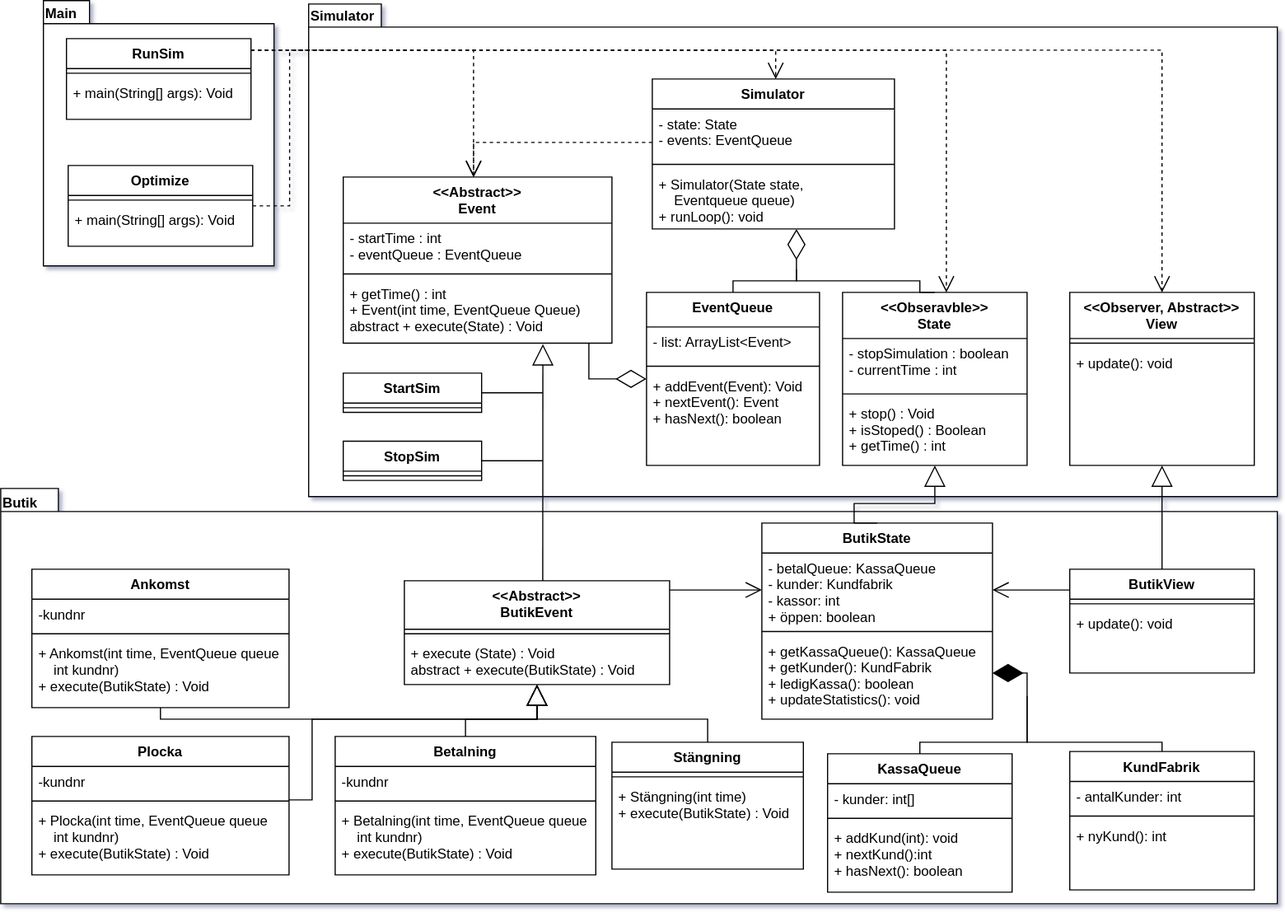
The draw.io diagram docs/uml.drawio.svg in Spooky-Firefox/labb_6, before a commit. Source tidied: cells renumbered, new cells last; positions are measured from the earlier drawing's top-left corner, leaving out a move shared by most shapes.
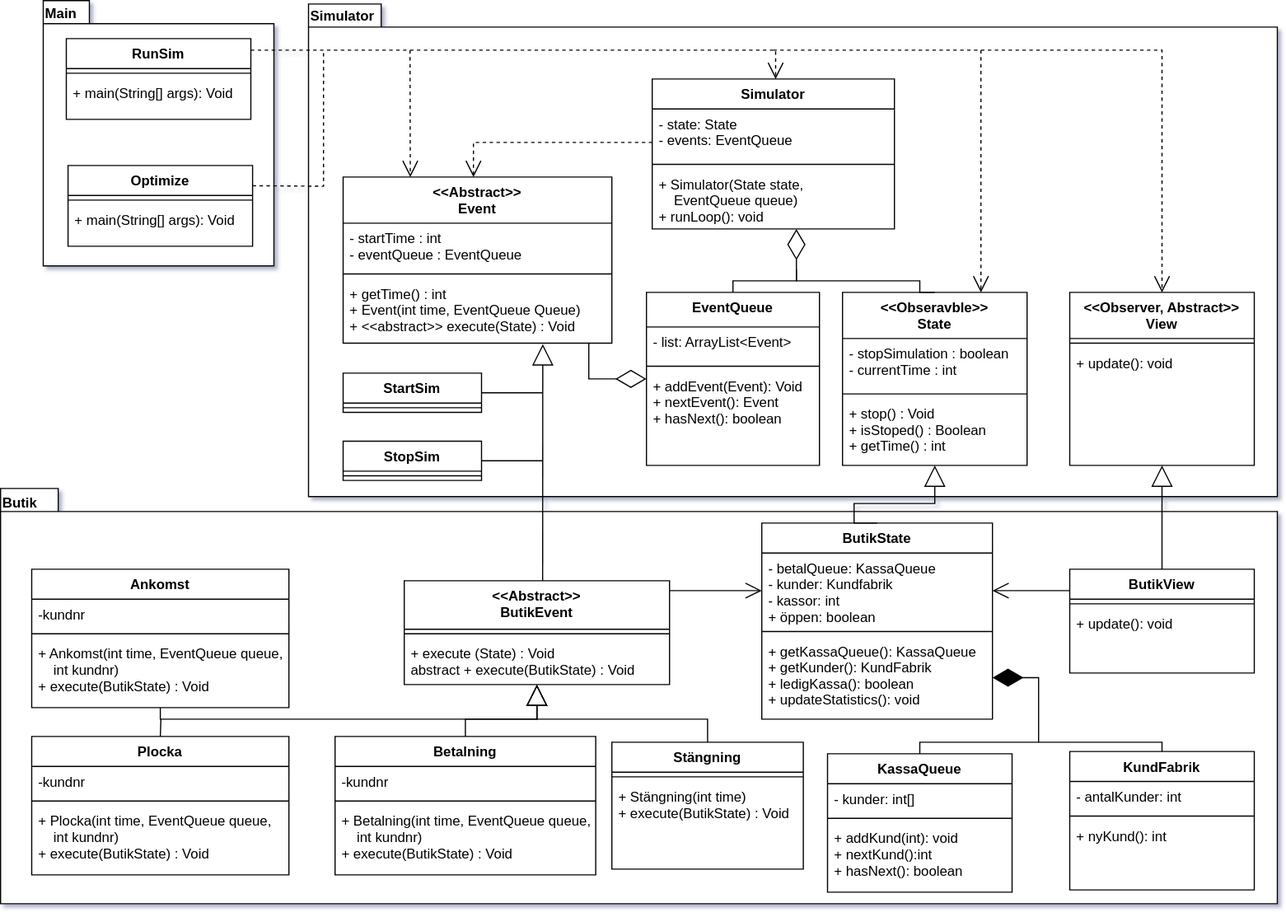
Above is the later version.

Commit message:
Uppdaterade uml

Change to the diagram source:
```diff
@@ -20,7 +20,7 @@
     <mxCell id="7" style="line;strokeWidth=1;fillColor=none;align=left;verticalAlign=middle;spacingTop=-1;spacingLeft=3;spacingRight=3;labelPosition=right;strokeColor=inherit;" parent="5" vertex="1">
       <mxGeometry y="70" width="210" height="8" as="geometry" />
     </mxCell>
-    <mxCell id="8" value="+ Simulator(State state, &#10;    Eventqueue queue)&#10;+ runLoop(): void" style="text;strokeColor=none;fillColor=none;align=left;verticalAlign=top;spacingLeft=4;spacingRight=4;overflow=hidden;points=[[0,0.5],[1,0.5]];portConstraint=eastwest;" parent="5" vertex="1">
+    <mxCell id="8" value="+ Simulator(State state, &#10;    EventQueue queue)&#10;+ runLoop(): void" style="text;strokeColor=none;fillColor=none;align=left;verticalAlign=top;spacingLeft=4;spacingRight=4;overflow=hidden;points=[[0,0.5],[1,0.5]];portConstraint=eastwest;" parent="5" vertex="1">
       <mxGeometry y="78" width="210" height="52" as="geometry" />
     </mxCell>
     <mxCell id="9" value="EventQueue" style="swimlane;fontStyle=1;align=center;verticalAlign=top;horizontal=1;startSize=30;" parent="1" vertex="1">
@@ -44,7 +44,7 @@
     <mxCell id="15" style="line;strokeWidth=1;fillColor=none;align=left;verticalAlign=middle;spacingTop=-1;spacingLeft=3;spacingRight=3;labelPosition=right;strokeColor=inherit;" parent="13" vertex="1">
       <mxGeometry y="80" width="233" height="8" as="geometry" />
     </mxCell>
-    <mxCell id="16" value="+ getTime() : int&#10;+ Event(int time, EventQueue Queue)&#10;abstract + execute(State) : Void" style="text;strokeColor=none;fillColor=none;align=left;verticalAlign=top;spacingLeft=4;spacingRight=4;overflow=hidden;points=[[0,0.5],[1,0.5]];portConstraint=eastwest;" parent="13" vertex="1">
+    <mxCell id="16" value="+ getTime() : int&#10;+ Event(int time, EventQueue Queue)&#10;+ &lt;&lt;abstract&gt;&gt; execute(State) : Void" style="text;strokeColor=none;fillColor=none;align=left;verticalAlign=top;spacingLeft=4;spacingRight=4;overflow=hidden;points=[[0,0.5],[1,0.5]];portConstraint=eastwest;" parent="13" vertex="1">
       <mxGeometry y="88" width="233" height="56" as="geometry" />
     </mxCell>
     <mxCell id="17" style="endArrow=diamondThin;endFill=0;endSize=24;html=1;rounded=0;edgeStyle=orthogonalEdgeStyle;" parent="1" edge="1" source="13" target="9">
@@ -181,15 +181,6 @@
     <mxCell id="54" value="Optimize" style="swimlane;fontStyle=1;align=center;verticalAlign=top;horizontal=1;startSize=26;" parent="1" vertex="1">
       <mxGeometry x="58.5" y="143" width="160" height="70" as="geometry" />
     </mxCell>
-    <mxCell id="55" style="endArrow=none;dashed=1;html=1;rounded=0;edgeStyle=orthogonalEdgeStyle;" parent="54" edge="1" source="54">
-      <mxGeometry relative="1" as="geometry">
-        <mxPoint x="231.5" y="-100" as="targetPoint" />
-        <Array as="points">
-          <mxPoint x="192" y="35" />
-          <mxPoint x="192" y="-100" />
-        </Array>
-      </mxGeometry>
-    </mxCell>
     <mxCell id="56" style="line;strokeWidth=1;fillColor=none;align=left;verticalAlign=middle;spacingTop=-1;spacingLeft=3;spacingRight=3;labelPosition=right;strokeColor=inherit;" parent="54" vertex="1">
       <mxGeometry y="26" width="160" height="8" as="geometry" />
     </mxCell>
@@ -222,18 +213,9 @@
     <mxCell id="64" style="line;strokeWidth=1;fillColor=none;align=left;verticalAlign=middle;spacingTop=-1;spacingLeft=3;spacingRight=3;labelPosition=right;strokeColor=inherit;" parent="62" vertex="1">
       <mxGeometry y="52" width="223" height="8" as="geometry" />
     </mxCell>
-    <mxCell id="65" value="+ Ankomst(int time, EventQueue queue&#10;    int kundnr)&#10;+ execute(ButikState) : Void" style="text;strokeColor=none;fillColor=none;align=left;verticalAlign=top;spacingLeft=4;spacingRight=4;overflow=hidden;" parent="62" vertex="1">
+    <mxCell id="65" value="+ Ankomst(int time, EventQueue queue,&#10;    int kundnr)&#10;+ execute(ButikState) : Void" style="text;strokeColor=none;fillColor=none;align=left;verticalAlign=top;spacingLeft=4;spacingRight=4;overflow=hidden;" parent="62" vertex="1">
       <mxGeometry y="60" width="223" height="60" as="geometry" />
     </mxCell>
-    <mxCell id="66" style="endArrow=none;html=1;rounded=0;exitX=0.5;exitY=0;exitDx=0;exitDy=0;edgeStyle=orthogonalEdgeStyle;" parent="1" edge="1" source="33">
-      <mxGeometry relative="1" as="geometry">
-        <mxPoint x="890" y="603" as="targetPoint" />
-        <Array as="points">
-          <mxPoint x="797" y="643" />
-          <mxPoint x="890" y="643" />
-        </Array>
-      </mxGeometry>
-    </mxCell>
     <mxCell id="67" value="Plocka" style="swimlane;fontStyle=1;align=center;verticalAlign=top;horizontal=1;startSize=26;" parent="1" vertex="1">
       <mxGeometry x="27" y="638" width="223" height="120" as="geometry" />
     </mxCell>
@@ -243,7 +225,7 @@
     <mxCell id="69" style="line;strokeWidth=1;fillColor=none;align=left;verticalAlign=middle;spacingTop=-1;spacingLeft=3;spacingRight=3;labelPosition=right;strokeColor=inherit;" parent="67" vertex="1">
       <mxGeometry y="52" width="223" height="8" as="geometry" />
     </mxCell>
-    <mxCell id="70" value="+ Plocka(int time, EventQueue queue&#10;    int kundnr)&#10;+ execute(ButikState) : Void" style="text;strokeColor=none;fillColor=none;align=left;verticalAlign=top;spacingLeft=4;spacingRight=4;overflow=hidden;" parent="67" vertex="1">
+    <mxCell id="70" value="+ Plocka(int time, EventQueue queue,&#10;    int kundnr)&#10;+ execute(ButikState) : Void" style="text;strokeColor=none;fillColor=none;align=left;verticalAlign=top;spacingLeft=4;spacingRight=4;overflow=hidden;" parent="67" vertex="1">
       <mxGeometry y="60" width="223" height="60" as="geometry" />
     </mxCell>
     <mxCell id="71" value="Betalning" style="swimlane;fontStyle=1;align=center;verticalAlign=top;horizontal=1;startSize=26;" parent="1" vertex="1">
@@ -255,7 +237,7 @@
     <mxCell id="73" style="line;strokeWidth=1;fillColor=none;align=left;verticalAlign=middle;spacingTop=-1;spacingLeft=3;spacingRight=3;labelPosition=right;strokeColor=inherit;" parent="71" vertex="1">
       <mxGeometry y="52" width="226" height="8" as="geometry" />
     </mxCell>
-    <mxCell id="74" value="+ Betalning(int time, EventQueue queue&#10;    int kundnr)&#10;+ execute(ButikState) : Void" style="text;strokeColor=none;fillColor=none;align=left;verticalAlign=top;spacingLeft=4;spacingRight=4;overflow=hidden;" parent="71" vertex="1">
+    <mxCell id="74" value="+ Betalning(int time, EventQueue queue,&#10;    int kundnr)&#10;+ execute(ButikState) : Void" style="text;strokeColor=none;fillColor=none;align=left;verticalAlign=top;spacingLeft=4;spacingRight=4;overflow=hidden;" parent="71" vertex="1">
       <mxGeometry y="60" width="226" height="60" as="geometry" />
     </mxCell>
     <mxCell id="75" value="Stängning" style="swimlane;fontStyle=1;align=center;verticalAlign=top;horizontal=1;startSize=26;" parent="1" vertex="1">
@@ -292,15 +274,6 @@
         </Array>
       </mxGeometry>
     </mxCell>
-    <mxCell id="82" style="endArrow=block;endSize=16;endFill=0;html=1;rounded=0;elbow=vertical;edgeStyle=orthogonalEdgeStyle;" parent="1" edge="1" source="67" target="59">
-      <mxGeometry relative="1" as="geometry">
-        <Array as="points">
-          <mxPoint x="270" y="693" />
-          <mxPoint x="270" y="623" />
-          <mxPoint x="465" y="623" />
-        </Array>
-      </mxGeometry>
-    </mxCell>
     <mxCell id="83" style="endArrow=block;endSize=16;endFill=0;html=1;rounded=0;edgeStyle=orthogonalEdgeStyle;" parent="1" edge="1" source="71" target="59">
       <mxGeometry relative="1" as="geometry">
         <Array as="points">
@@ -317,35 +290,53 @@
         </Array>
       </mxGeometry>
     </mxCell>
-    <mxCell id="85" style="endArrow=open;endSize=12;dashed=1;html=1;rounded=0;edgeStyle=orthogonalEdgeStyle;" parent="1" edge="1" source="37" target="13">
-      <mxGeometry relative="1" as="geometry">
-        <Array as="points">
-          <mxPoint x="410" y="43" />
-        </Array>
-      </mxGeometry>
-    </mxCell>
-    <mxCell id="86" style="endArrow=open;endSize=12;dashed=1;html=1;rounded=0;edgeStyle=orthogonalEdgeStyle;" parent="1" edge="1" source="37" target="26">
-      <mxGeometry relative="1" as="geometry">
-        <Array as="points">
-          <mxPoint x="1007" y="43" />
-        </Array>
-      </mxGeometry>
-    </mxCell>
-    <mxCell id="87" style="endArrow=open;endSize=12;dashed=1;html=1;rounded=0;edgeStyle=orthogonalEdgeStyle;" parent="1" edge="1" source="37" target="22">
-      <mxGeometry x="0.03" y="-10" relative="1" as="geometry">
-        <Array as="points">
-          <mxPoint x="820" y="43" />
-        </Array>
-      </mxGeometry>
-    </mxCell>
-    <mxCell id="88" style="endArrow=diamondThin;endFill=1;endSize=24;html=1;rounded=0;edgeStyle=orthogonalEdgeStyle;" parent="1" edge="1" source="47" target="29">
-      <mxGeometry relative="1" as="geometry">
-        <Array as="points">
-          <mxPoint x="1007" y="643" />
-          <mxPoint x="890" y="643" />
-          <mxPoint x="890" y="583" />
-        </Array>
-      </mxGeometry>
-    </mxCell>
+    <mxCell id="89" style="endArrow=none;html=1;rounded=0;exitX=0.5;exitY=0;exitDx=0;exitDy=0;" parent="1" edge="1" source="67">
+      <mxGeometry relative="1" as="geometry">
+        <mxPoint x="139" y="623" as="targetPoint" />
+      </mxGeometry>
+    </mxCell>
+    <mxCell id="90" style="endArrow=diamondThin;endFill=1;endSize=24;html=1;rounded=0;entryX=1;entryY=0.5;entryDx=0;entryDy=0;exitX=0.5;exitY=0;exitDx=0;exitDy=0;" parent="1" edge="1" source="47" target="32">
+      <mxGeometry relative="1" as="geometry">
+        <Array as="points">
+          <mxPoint x="1007" y="643" />
+          <mxPoint x="900" y="643" />
+          <mxPoint x="900" y="587" />
+        </Array>
+      </mxGeometry>
+    </mxCell>
+    <mxCell id="91" style="endArrow=none;html=1;rounded=0;exitX=0.5;exitY=0;exitDx=0;exitDy=0;" parent="1" edge="1" source="33">
+      <mxGeometry relative="1" as="geometry">
+        <mxPoint x="900" y="643" as="targetPoint" />
+        <Array as="points">
+          <mxPoint x="797" y="643" />
+        </Array>
+      </mxGeometry>
+    </mxCell>
+    <mxCell id="92" style="endArrow=none;dashed=1;html=1;rounded=0;exitX=1;exitY=0.25;exitDx=0;exitDy=0;" parent="1" edge="1" source="54">
+      <mxGeometry relative="1" as="geometry">
+        <mxPoint x="280" y="43" as="targetPoint" />
+        <Array as="points">
+          <mxPoint x="280" y="161" />
+        </Array>
+      </mxGeometry>
+    </mxCell>
+    <mxCell id="93" value="Use" style="endArrow=open;endSize=12;dashed=1;html=1;rounded=0;entryX=0.25;entryY=0;entryDx=0;entryDy=0;textOpacity=0;" parent="1" edge="1" target="13">
+      <mxGeometry relative="1" as="geometry">
+        <mxPoint x="355" y="43" as="sourcePoint" />
+      </mxGeometry>
+    </mxCell>
+    <mxCell id="94" value="Use" style="endArrow=open;endSize=12;dashed=1;html=1;rounded=0;entryX=0.75;entryY=0;entryDx=0;entryDy=0;textOpacity=0;" parent="1" edge="1" target="22">
+      <mxGeometry relative="1" as="geometry">
+        <mxPoint x="850" y="43" as="sourcePoint" />
+      </mxGeometry>
+    </mxCell>
+    <mxCell id="95" value="Use" style="endArrow=open;endSize=12;dashed=1;html=1;rounded=0;entryX=0.5;entryY=0;entryDx=0;entryDy=0;textOpacity=0;" parent="1" edge="1" target="26">
+      <mxGeometry relative="1" as="geometry">
+        <mxPoint x="670" y="43" as="sourcePoint" />
+        <Array as="points">
+          <mxPoint x="1007" y="43" />
+        </Array>
+      </mxGeometry>
+    </mxCell>
   </root>
 </mxGraphModel>
```
